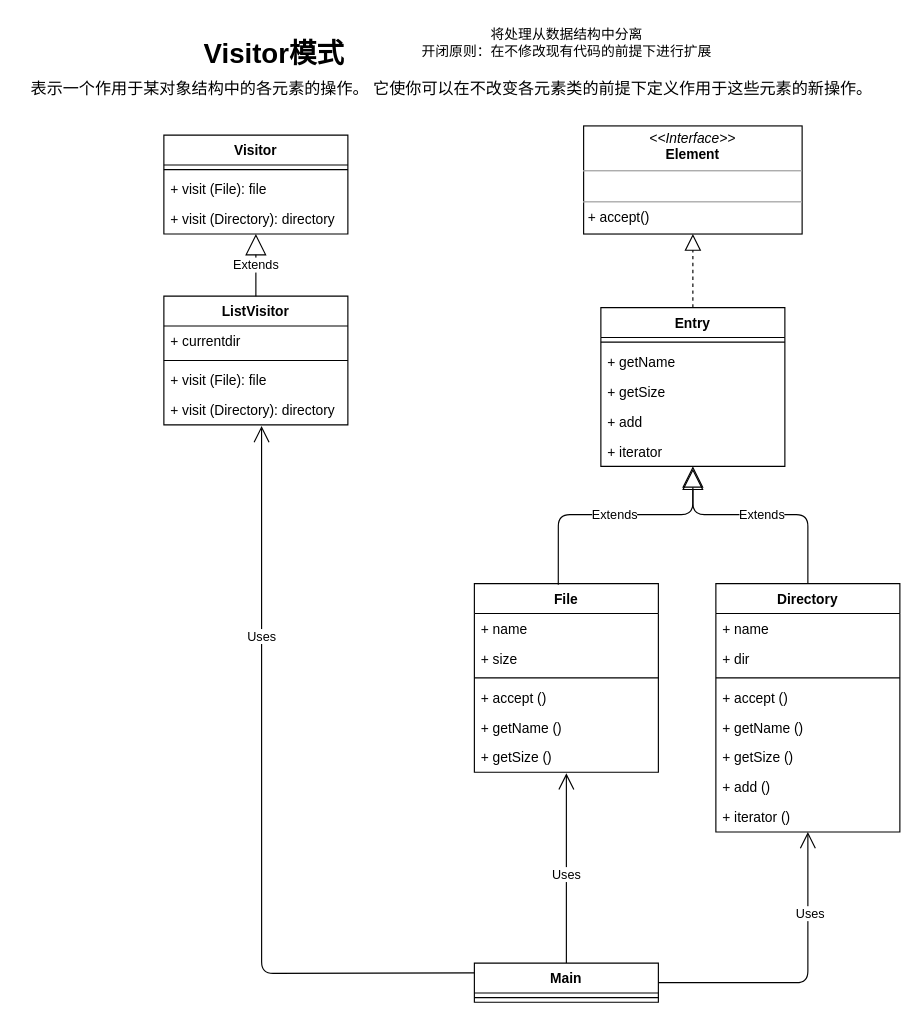
mozhou-tech/java-in-depth keeps this draw.io diagram as patterns/src/main/java/com/tenstone/leet/patterns/action/visitor/visitor.drawio. Above is the earlier version. Source tidied: cells renumbered, new cells numbered last; positions are measured from the earlier drawing's top-left corner, leaving out a move shared by most shapes. Both pictures are drawn from the tidied source at 115%, with x=0, y=0 at pixel (20, 25).
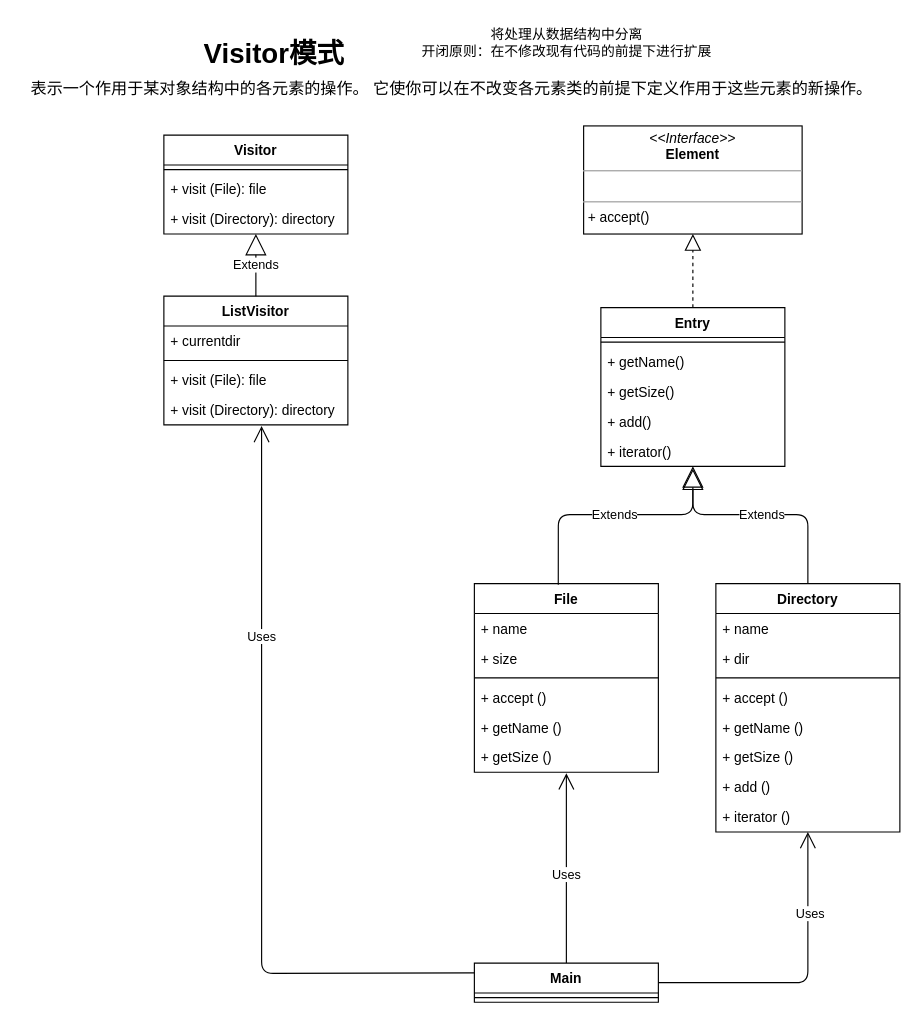
The same page after the edit.

Commit message (it also covers changes not shown here):
visitor pattern

Unchanged cells that the change refers to:
```xml
<mxCell id="13" value="Entry" style="swimlane;fontStyle=1;align=center;verticalAlign=top;horizontal=1;startSize=26;" parent="1" vertex="1">
  <mxGeometry x="505" y="245" width="160" height="138" as="geometry" />
</mxCell>
```

The edit, as a diff of the source:
```diff
@@
-    <mxCell id="15" value="+ getName" style="text;strokeColor=none;fillColor=none;align=left;verticalAlign=top;spacingLeft=4;spacingRight=4;overflow=hidden;" parent="13" vertex="1">
+    <mxCell id="15" value="+ getName()" style="text;strokeColor=none;fillColor=none;align=left;verticalAlign=top;spacingLeft=4;spacingRight=4;overflow=hidden;" parent="13" vertex="1">
       <mxGeometry y="34" width="160" height="26" as="geometry" />
     </mxCell>
-    <mxCell id="16" value="+ getSize" style="text;strokeColor=none;fillColor=none;align=left;verticalAlign=top;spacingLeft=4;spacingRight=4;overflow=hidden;" parent="13" vertex="1">
+    <mxCell id="16" value="+ getSize()" style="text;strokeColor=none;fillColor=none;align=left;verticalAlign=top;spacingLeft=4;spacingRight=4;overflow=hidden;" parent="13" vertex="1">
       <mxGeometry y="60" width="160" height="26" as="geometry" />
     </mxCell>
-    <mxCell id="17" value="+ add" style="text;strokeColor=none;fillColor=none;align=left;verticalAlign=top;spacingLeft=4;spacingRight=4;overflow=hidden;" parent="13" vertex="1">
+    <mxCell id="17" value="+ add()" style="text;strokeColor=none;fillColor=none;align=left;verticalAlign=top;spacingLeft=4;spacingRight=4;overflow=hidden;" parent="13" vertex="1">
       <mxGeometry y="86" width="160" height="26" as="geometry" />
     </mxCell>
-    <mxCell id="18" value="+ iterator" style="text;strokeColor=none;fillColor=none;align=left;verticalAlign=top;spacingLeft=4;spacingRight=4;overflow=hidden;points=[[0,0.5],[1,0.5]];portConstraint=eastwest;" parent="13" vertex="1">
+    <mxCell id="18" value="+ iterator()" style="text;strokeColor=none;fillColor=none;align=left;verticalAlign=top;spacingLeft=4;spacingRight=4;overflow=hidden;points=[[0,0.5],[1,0.5]];portConstraint=eastwest;" parent="13" vertex="1">
       <mxGeometry y="112" width="160" height="26" as="geometry" />
     </mxCell>
```
